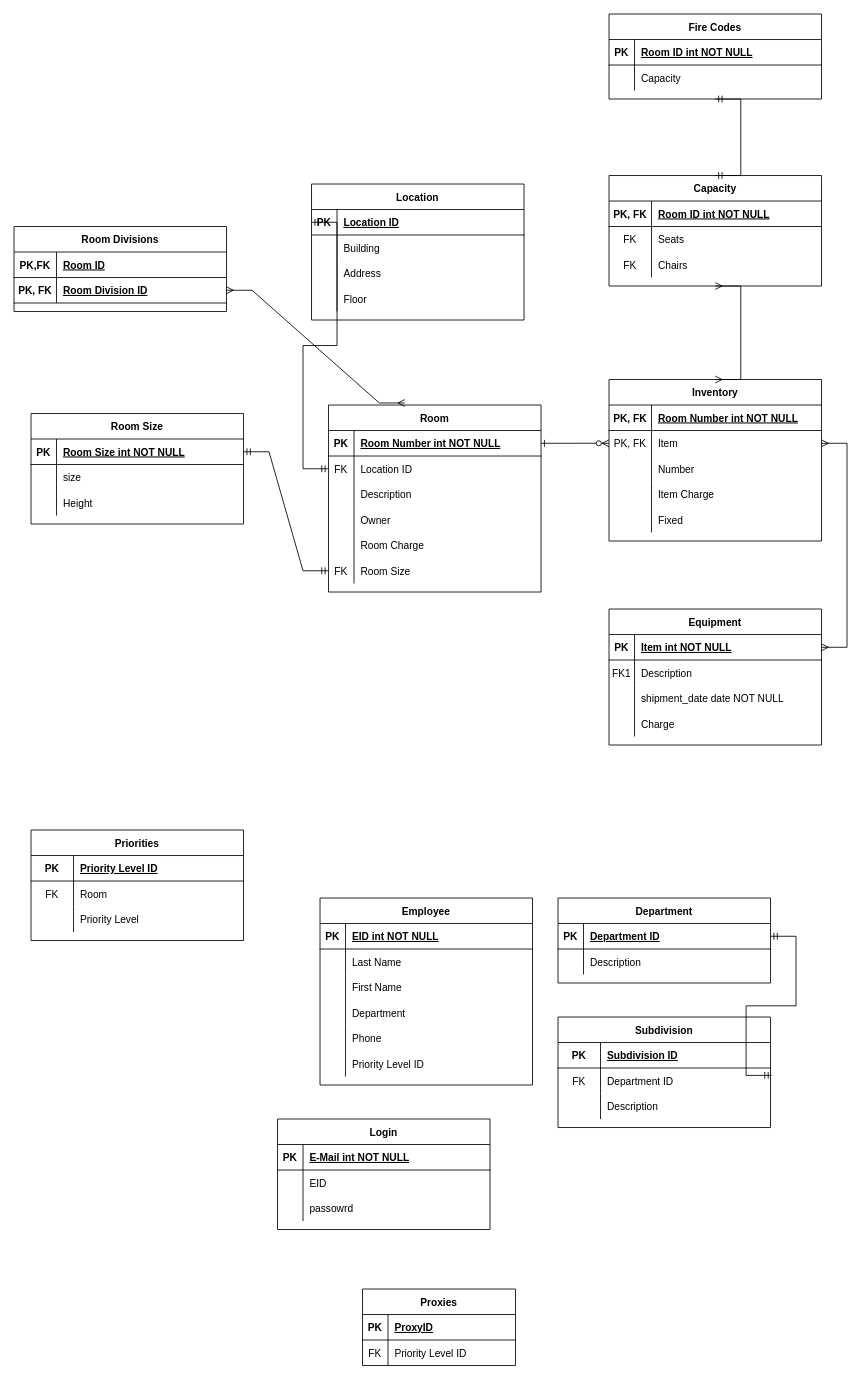
The draw.io diagram Projcet1.drawio in seanjedi/comp-163-database-design-class, before the edit. Source tidied: cells renumbered, new cells numbered last; positions are measured from the earlier drawing's top-left corner, leaving out a move shared by most shapes. Both pictures are drawn from the tidied source at 85%, with x=0, y=0 at pixel (14, 14).
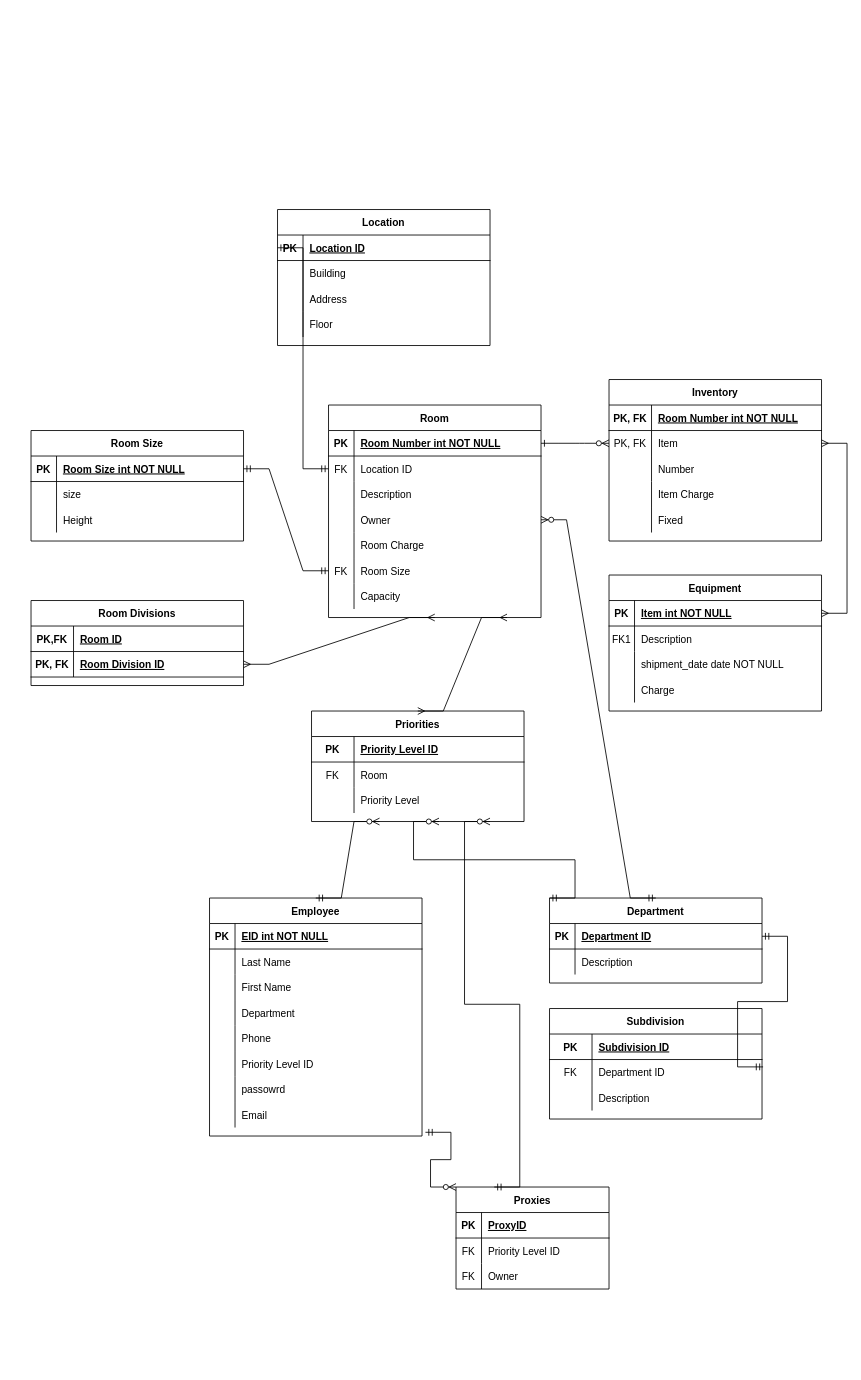
The same page after the edit.

Unchanged cells that the change refers to:
```xml
<mxCell id="3" value="Inventory" style="shape=table;startSize=30;childLayout=tableLayout;rowLines=0;fontStyle=1;align=center;" parent="1" vertex="1">
  <mxGeometry x="700" y="430" width="250" height="190" as="geometry" />
</mxCell>
<mxCell id="42" style="shape=tableRow;horizontal=0;startSize=0;swimlaneHead=0;swimlaneBody=0;fillColor=none;points=[[0,0.5],[1,0.5]];portConstraint=eastwest;top=0;left=0;right=0;bottom=0;" parent="32" vertex="1">
  <mxGeometry y="120" width="250" height="30" as="geometry" />
</mxCell>
<mxCell id="145" style="shape=tableRow;horizontal=0;startSize=0;swimlaneHead=0;swimlaneBody=0;fillColor=none;points=[[0,0.5],[1,0.5]];portConstraint=eastwest;top=0;left=0;right=0;bottom=1;" parent="141" vertex="1">
  <mxGeometry y="60" width="250" height="30" as="geometry" />
</mxCell>
```

What changed in the source:
```diff
@@
     <mxCell id="19" value="Equipment" style="shape=table;startSize=30;childLayout=tableLayout;rowLines=0;fontStyle=1;align=center;" parent="1" vertex="1">
-      <mxGeometry x="700" y="700" width="250" height="160" as="geometry" />
+      <mxGeometry x="700" y="660" width="250" height="160" as="geometry" />
     </mxCell>
@@
     <mxCell id="32" value="Room" style="shape=table;startSize=30;childLayout=tableLayout;rowLines=0;fontStyle=1;align=center;" parent="1" vertex="1">
-      <mxGeometry x="370" y="460" width="250" height="220" as="geometry" />
+      <mxGeometry x="370" y="460" width="250" height="250" as="geometry" />
     </mxCell>
@@
+    <mxCell id="168" style="shape=tableRow;horizontal=0;startSize=0;swimlaneHead=0;swimlaneBody=0;fillColor=none;top=0;left=0;right=0;bottom=0;" parent="32" vertex="1">
+      <mxGeometry y="210" width="250" height="30" as="geometry" />
+    </mxCell>
+    <mxCell id="169" style="shape=partialRectangle;fillColor=none;top=0;left=0;bottom=0;right=0;overflow=hidden;" parent="168" vertex="1">
+      <mxGeometry width="30" height="30" as="geometry" />
+    </mxCell>
+    <mxCell id="164" value="Capacity" style="shape=partialRectangle;fillColor=none;top=0;left=0;bottom=0;right=0;align=left;spacingLeft=6;overflow=hidden;" parent="168" vertex="1">
+      <mxGeometry x="30" width="220" height="30" as="geometry" />
+    </mxCell>
@@
     <mxCell id="52" value="Employee" style="shape=table;startSize=30;childLayout=tableLayout;rowLines=0;fontStyle=1;align=center;" parent="1" vertex="1">
-      <mxGeometry x="360" y="1040" width="250" height="220" as="geometry" />
+      <mxGeometry x="230" y="1040" width="250" height="280" as="geometry" />
     </mxCell>
@@
+    <mxCell id="110" style="shape=tableRow;horizontal=0;startSize=0;swimlaneHead=0;swimlaneBody=0;fillColor=none;top=0;left=0;right=0;bottom=0;" parent="52" vertex="1">
+      <mxGeometry y="210" width="250" height="30" as="geometry" />
+    </mxCell>
+    <mxCell id="111" style="shape=partialRectangle;fillColor=none;top=0;left=0;bottom=0;right=0;overflow=hidden;" parent="110" vertex="1">
+      <mxGeometry width="30" height="30" as="geometry" />
+    </mxCell>
+    <mxCell id="112" value="passowrd" style="shape=partialRectangle;fillColor=none;top=0;left=0;bottom=0;right=0;align=left;spacingLeft=6;overflow=hidden;" parent="110" vertex="1">
+      <mxGeometry x="30" width="220" height="30" as="geometry" />
+    </mxCell>
+    <mxCell id="170" style="shape=tableRow;horizontal=0;startSize=0;swimlaneHead=0;swimlaneBody=0;fillColor=none;points=[[0,0.5],[1,0.5]];portConstraint=eastwest;top=0;left=0;right=0;bottom=0;" parent="52" vertex="1">
+      <mxGeometry y="240" width="250" height="30" as="geometry" />
+    </mxCell>
+    <mxCell id="171" style="shape=partialRectangle;fillColor=none;top=0;left=0;bottom=0;right=0;overflow=hidden;" parent="170" vertex="1">
+      <mxGeometry width="30" height="30" as="geometry" />
+    </mxCell>
+    <mxCell id="172" value="Email" style="shape=partialRectangle;fillColor=none;top=0;left=0;bottom=0;right=0;align=left;spacingLeft=6;overflow=hidden;" parent="170" vertex="1">
+      <mxGeometry x="30" width="220" height="30" as="geometry" />
+    </mxCell>
     <mxCell id="71" value="Department" style="shape=table;startSize=30;childLayout=tableLayout;rowLines=0;fontStyle=1;align=center;" parent="1" vertex="1">
-      <mxGeometry x="640" y="1040" width="250" height="100" as="geometry" />
+      <mxGeometry x="630" y="1040" width="250" height="100" as="geometry" />
     </mxCell>
@@
     <mxCell id="78" value="Location" style="shape=table;startSize=30;childLayout=tableLayout;rowLines=0;fontStyle=1;align=center;" parent="1" vertex="1">
-      <mxGeometry x="350" y="200" width="250" height="160" as="geometry" />
+      <mxGeometry x="310" y="230" width="250" height="160" as="geometry" />
     </mxCell>
@@
     <mxCell id="92" value="Subdivision" style="shape=table;startSize=30;childLayout=tableLayout;rowLines=0;fontStyle=1;align=center;" parent="1" vertex="1">
-      <mxGeometry x="640" y="1180" width="250" height="130" as="geometry" />
+      <mxGeometry x="630" y="1170" width="250" height="130" as="geometry" />
     </mxCell>
@@
-    <mxCell id="103" value="Login" style="shape=table;startSize=30;childLayout=tableLayout;rowLines=0;fontStyle=1;align=center;" parent="1" vertex="1">
-      <mxGeometry x="310" y="1300" width="250" height="130" as="geometry" />
-    </mxCell>
-    <mxCell id="104" style="shape=partialRectangle;fillColor=none;top=0;left=0;right=0;bottom=1;" parent="103" vertex="1">
-      <mxGeometry y="30" width="250" height="30" as="geometry" />
-    </mxCell>
-    <mxCell id="105" value="PK" style="shape=partialRectangle;overflow=hidden;fillColor=none;top=0;left=0;bottom=0;right=0;fontStyle=1;" parent="104" vertex="1">
-      <mxGeometry width="30" height="30" as="geometry" />
-    </mxCell>
-    <mxCell id="106" value="E-Mail int NOT NULL " style="shape=partialRectangle;overflow=hidden;fillColor=none;top=0;left=0;bottom=0;right=0;align=left;spacingLeft=6;fontStyle=5;" parent="104" vertex="1">
-      <mxGeometry x="30" width="220" height="30" as="geometry" />
-    </mxCell>
-    <mxCell id="107" style="shape=partialRectangle;fillColor=none;top=0;left=0;right=0;bottom=0;" parent="103" vertex="1">
-      <mxGeometry y="60" width="250" height="30" as="geometry" />
-    </mxCell>
-    <mxCell id="108" style="shape=partialRectangle;overflow=hidden;fillColor=none;top=0;left=0;bottom=0;right=0;" parent="107" vertex="1">
-      <mxGeometry width="30" height="30" as="geometry" />
-    </mxCell>
-    <mxCell id="109" value="EID" style="shape=partialRectangle;overflow=hidden;fillColor=none;top=0;left=0;bottom=0;right=0;align=left;spacingLeft=6;" parent="107" vertex="1">
-      <mxGeometry x="30" width="220" height="30" as="geometry" />
-    </mxCell>
-    <mxCell id="110" style="shape=tableRow;horizontal=0;startSize=0;swimlaneHead=0;swimlaneBody=0;fillColor=none;top=0;left=0;right=0;bottom=0;" parent="103" vertex="1">
-      <mxGeometry y="90" width="250" height="30" as="geometry" />
-    </mxCell>
-    <mxCell id="111" style="shape=partialRectangle;fillColor=none;top=0;left=0;bottom=0;right=0;overflow=hidden;" parent="110" vertex="1">
-      <mxGeometry width="30" height="30" as="geometry" />
-    </mxCell>
-    <mxCell id="112" value="passowrd" style="shape=partialRectangle;fillColor=none;top=0;left=0;bottom=0;right=0;align=left;spacingLeft=6;overflow=hidden;" parent="110" vertex="1">
-      <mxGeometry x="30" width="220" height="30" as="geometry" />
-    </mxCell>
     <mxCell id="113" value="Proxies" style="shape=table;startSize=30;childLayout=tableLayout;rowLines=0;fontStyle=1;align=center;" parent="1" vertex="1">
-      <mxGeometry x="410" y="1500" width="180" height="90" as="geometry" />
+      <mxGeometry x="520" y="1380" width="180" height="120" as="geometry" />
     </mxCell>
@@
+    <mxCell id="173" style="shape=tableRow;horizontal=0;startSize=0;swimlaneHead=0;swimlaneBody=0;fillColor=none;top=0;left=0;right=0;bottom=0;" parent="113" vertex="1">
+      <mxGeometry y="90" width="180" height="30" as="geometry" />
+    </mxCell>
+    <mxCell id="156" value="FK" style="shape=partialRectangle;fillColor=none;top=0;left=0;bottom=0;right=0;overflow=hidden;" parent="173" vertex="1">
+      <mxGeometry width="30" height="30" as="geometry" />
+    </mxCell>
+    <mxCell id="174" value="Owner" style="shape=partialRectangle;fillColor=none;top=0;left=0;bottom=0;right=0;align=left;spacingLeft=6;overflow=hidden;" parent="173" vertex="1">
+      <mxGeometry x="30" width="150" height="30" as="geometry" />
+    </mxCell>
     <mxCell id="120" value="Room Size" style="shape=table;startSize=30;childLayout=tableLayout;rowLines=0;fontStyle=1;align=center;" parent="1" vertex="1">
-      <mxGeometry x="20" y="470" width="250" height="130" as="geometry" />
+      <mxGeometry x="20" y="490" width="250" height="130" as="geometry" />
     </mxCell>
@@
     <mxCell id="131" value="Priorities" style="shape=table;startSize=30;childLayout=tableLayout;rowLines=0;fontStyle=1;align=center;" parent="1" vertex="1">
-      <mxGeometry x="20" y="960" width="250" height="130" as="geometry" />
+      <mxGeometry x="350" y="820" width="250" height="130" as="geometry" />
     </mxCell>
@@
     <mxCell id="141" value="Room Divisions" style="shape=table;startSize=30;childLayout=tableLayout;rowLines=0;fontStyle=1;align=center;" parent="1" vertex="1">
-      <mxGeometry y="250" width="250" height="100" as="geometry" />
+      <mxGeometry x="20" y="690" width="250" height="100" as="geometry" />
     </mxCell>
@@
-    <mxCell id="148" value="Capacity" style="shape=table;startSize=30;childLayout=tableLayout;rowLines=0;fontStyle=1;align=center;" parent="1" vertex="1">
-      <mxGeometry x="700" y="190" width="250" height="130" as="geometry" />
-    </mxCell>
-    <mxCell id="149" style="shape=partialRectangle;fillColor=none;top=0;left=0;right=0;bottom=1;" parent="148" vertex="1">
-      <mxGeometry y="30" width="250" height="30" as="geometry" />
-    </mxCell>
-    <mxCell id="150" value="PK, FK" style="shape=partialRectangle;overflow=hidden;fillColor=none;top=0;left=0;bottom=0;right=0;fontStyle=1;" parent="149" vertex="1">
-      <mxGeometry width="50" height="30" as="geometry" />
-    </mxCell>
-    <mxCell id="151" value="Room ID int NOT NULL " style="shape=partialRectangle;overflow=hidden;fillColor=none;top=0;left=0;bottom=0;right=0;align=left;spacingLeft=6;fontStyle=5;" parent="149" vertex="1">
-      <mxGeometry x="50" width="200" height="30" as="geometry" />
-    </mxCell>
-    <mxCell id="152" style="shape=partialRectangle;fillColor=none;top=0;left=0;right=0;bottom=0;" parent="148" vertex="1">
-      <mxGeometry y="60" width="250" height="30" as="geometry" />
-    </mxCell>
-    <mxCell id="153" value="FK" style="shape=partialRectangle;overflow=hidden;fillColor=none;top=0;left=0;bottom=0;right=0;" parent="152" vertex="1">
-      <mxGeometry width="50" height="30" as="geometry" />
-    </mxCell>
-    <mxCell id="154" value="Seats" style="shape=partialRectangle;overflow=hidden;fillColor=none;top=0;left=0;bottom=0;right=0;align=left;spacingLeft=6;" parent="152" vertex="1">
-      <mxGeometry x="50" width="200" height="30" as="geometry" />
-    </mxCell>
-    <mxCell id="155" style="shape=tableRow;horizontal=0;startSize=0;swimlaneHead=0;swimlaneBody=0;fillColor=none;top=0;left=0;right=0;bottom=0;" parent="148" vertex="1">
-      <mxGeometry y="90" width="250" height="30" as="geometry" />
-    </mxCell>
-    <mxCell id="156" value="FK" style="shape=partialRectangle;fillColor=none;top=0;left=0;bottom=0;right=0;overflow=hidden;" parent="155" vertex="1">
-      <mxGeometry width="50" height="30" as="geometry" />
-    </mxCell>
-    <mxCell id="157" value="Chairs" style="shape=partialRectangle;fillColor=none;top=0;left=0;bottom=0;right=0;align=left;spacingLeft=6;overflow=hidden;" parent="155" vertex="1">
-      <mxGeometry x="50" width="200" height="30" as="geometry" />
-    </mxCell>
-    <mxCell id="158" value="Fire Codes" style="shape=table;startSize=30;childLayout=tableLayout;rowLines=0;fontStyle=1;align=center;" parent="1" vertex="1">
-      <mxGeometry x="700" width="250" height="100" as="geometry" />
-    </mxCell>
-    <mxCell id="159" style="shape=partialRectangle;fillColor=none;top=0;left=0;right=0;bottom=1;" parent="158" vertex="1">
-      <mxGeometry y="30" width="250" height="30" as="geometry" />
-    </mxCell>
-    <mxCell id="160" value="PK" style="shape=partialRectangle;overflow=hidden;fillColor=none;top=0;left=0;bottom=0;right=0;fontStyle=1;" parent="159" vertex="1">
-      <mxGeometry width="30" height="30" as="geometry" />
-    </mxCell>
-    <mxCell id="161" value="Room ID int NOT NULL " style="shape=partialRectangle;overflow=hidden;fillColor=none;top=0;left=0;bottom=0;right=0;align=left;spacingLeft=6;fontStyle=5;" parent="159" vertex="1">
-      <mxGeometry x="30" width="220" height="30" as="geometry" />
-    </mxCell>
-    <mxCell id="162" style="shape=tableRow;horizontal=0;startSize=0;swimlaneHead=0;swimlaneBody=0;fillColor=none;top=0;left=0;right=0;bottom=0;" parent="158" vertex="1">
-      <mxGeometry y="60" width="250" height="30" as="geometry" />
-    </mxCell>
-    <mxCell id="163" style="shape=partialRectangle;fillColor=none;top=0;left=0;bottom=0;right=0;overflow=hidden;" parent="162" vertex="1">
-      <mxGeometry width="30" height="30" as="geometry" />
-    </mxCell>
-    <mxCell id="164" value="Capacity" style="shape=partialRectangle;fillColor=none;top=0;left=0;bottom=0;right=0;align=left;spacingLeft=6;overflow=hidden;" parent="162" vertex="1">
-      <mxGeometry x="30" width="220" height="30" as="geometry" />
-    </mxCell>
-    <mxCell id="165" style="edgeStyle=entityRelationEdgeStyle;fontSize=12;html=1;endArrow=ERmany;startArrow=ERmany;rounded=0;entryX=1;entryY=0.5;entryDx=0;entryDy=0;exitX=0.359;exitY=-0.011;exitDx=0;exitDy=0;exitPerimeter=0;" parent="1" edge="1" source="32" target="145">
+    <mxCell id="165" style="edgeStyle=entityRelationEdgeStyle;fontSize=12;html=1;endArrow=ERmany;startArrow=ERmany;rounded=0;entryX=1;entryY=0.5;entryDx=0;entryDy=0;exitX=0.5;exitY=1;exitDx=0;exitDy=0;" parent="1" edge="1" source="32" target="145">
       <mxGeometry relative="1" as="geometry" />
     </mxCell>
-    <mxCell id="166" style="edgeStyle=entityRelationEdgeStyle;fontSize=12;html=1;endArrow=ERmany;startArrow=ERmany;rounded=0;entryX=0.5;entryY=1;entryDx=0;entryDy=0;exitX=0.5;exitY=0;exitDx=0;exitDy=0;" parent="1" edge="1" source="3" target="148">
-      <mxGeometry relative="1" as="geometry" />
-    </mxCell>
-    <mxCell id="167" style="edgeStyle=entityRelationEdgeStyle;fontSize=12;html=1;endArrow=ERmandOne;startArrow=ERmandOne;rounded=0;entryX=0.5;entryY=1;entryDx=0;entryDy=0;exitX=0.5;exitY=0;exitDx=0;exitDy=0;" parent="1" edge="1" source="148" target="158">
-      <mxGeometry relative="1" as="geometry" />
-    </mxCell>
+    <mxCell id="175" style="edgeStyle=entityRelationEdgeStyle;fontSize=12;html=1;endArrow=ERzeroToMany;startArrow=ERmandOne;rounded=0;entryX=1;entryY=0.5;entryDx=0;entryDy=0;exitX=0.5;exitY=0;exitDx=0;exitDy=0;" parent="1" edge="1" source="71" target="42">
+      <mxGeometry relative="1" as="geometry" />
+    </mxCell>
+    <mxCell id="176" style="edgeStyle=entityRelationEdgeStyle;fontSize=12;html=1;endArrow=ERzeroToMany;startArrow=ERmandOne;rounded=0;entryX=0;entryY=0;entryDx=0;entryDy=0;exitX=1.016;exitY=1.187;exitDx=0;exitDy=0;exitPerimeter=0;" parent="1" edge="1" source="170" target="113">
+      <mxGeometry relative="1" as="geometry" />
+    </mxCell>
+    <mxCell id="177" style="edgeStyle=entityRelationEdgeStyle;fontSize=12;html=1;endArrow=ERzeroToMany;startArrow=ERmandOne;rounded=0;exitX=0.5;exitY=0;exitDx=0;exitDy=0;" parent="1" edge="1" source="52">
+      <mxGeometry relative="1" as="geometry">
+        <mxPoint x="430" y="950" as="targetPoint" />
+      </mxGeometry>
+    </mxCell>
+    <mxCell id="178" style="edgeStyle=entityRelationEdgeStyle;fontSize=12;html=1;endArrow=ERzeroToMany;startArrow=ERmandOne;rounded=0;exitX=0;exitY=0;exitDx=0;exitDy=0;" parent="1" edge="1" source="71">
+      <mxGeometry relative="1" as="geometry">
+        <mxPoint x="500" y="950" as="targetPoint" />
+      </mxGeometry>
+    </mxCell>
+    <mxCell id="179" style="edgeStyle=entityRelationEdgeStyle;fontSize=12;html=1;endArrow=ERmany;startArrow=ERmany;rounded=0;exitX=0.5;exitY=0;exitDx=0;exitDy=0;" parent="1" edge="1" source="131">
+      <mxGeometry relative="1" as="geometry">
+        <mxPoint x="580" y="710" as="targetPoint" />
+      </mxGeometry>
+    </mxCell>
+    <mxCell id="180" style="edgeStyle=entityRelationEdgeStyle;fontSize=12;html=1;endArrow=ERzeroToMany;startArrow=ERmandOne;rounded=0;exitX=0.25;exitY=0;exitDx=0;exitDy=0;" parent="1" edge="1" source="113">
+      <mxGeometry relative="1" as="geometry">
+        <mxPoint x="560" y="950" as="targetPoint" />
+      </mxGeometry>
+    </mxCell>
```
